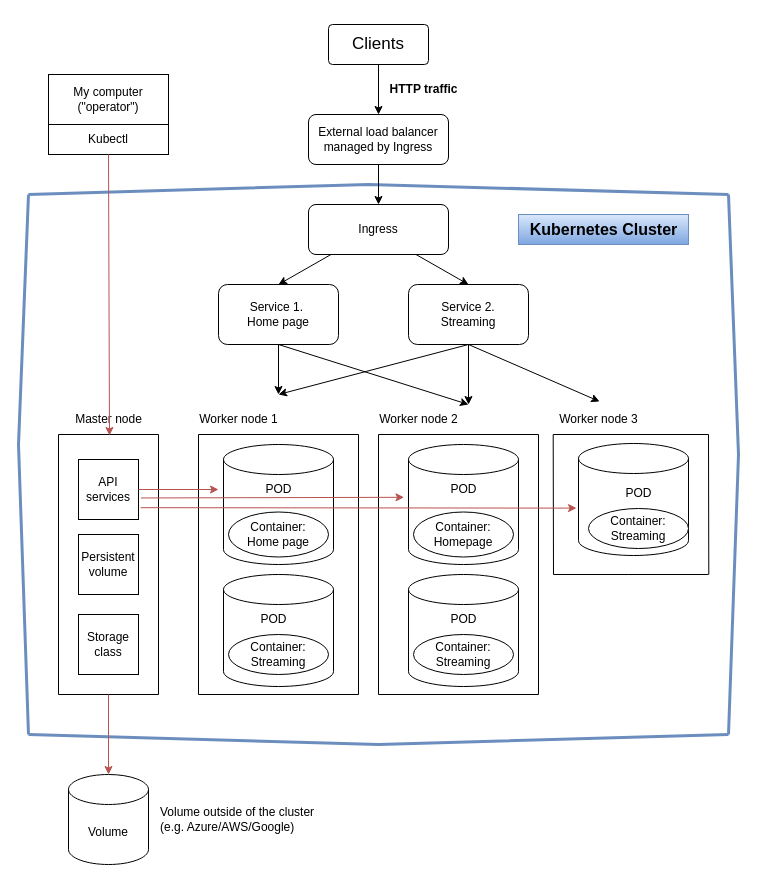
Earlier version of the draw.io diagram part3/3.11/pics/Kubernetes Cluster.drawio (flyingstick22/DevOps-with-Docker). Source tidied: cells renumbered, new cells numbered last; positions are measured from the earlier drawing's top-left corner, leaving out a move shared by most shapes. Both pictures are drawn from the tidied source at 100%, with x=0, y=0 at pixel (18, 24).
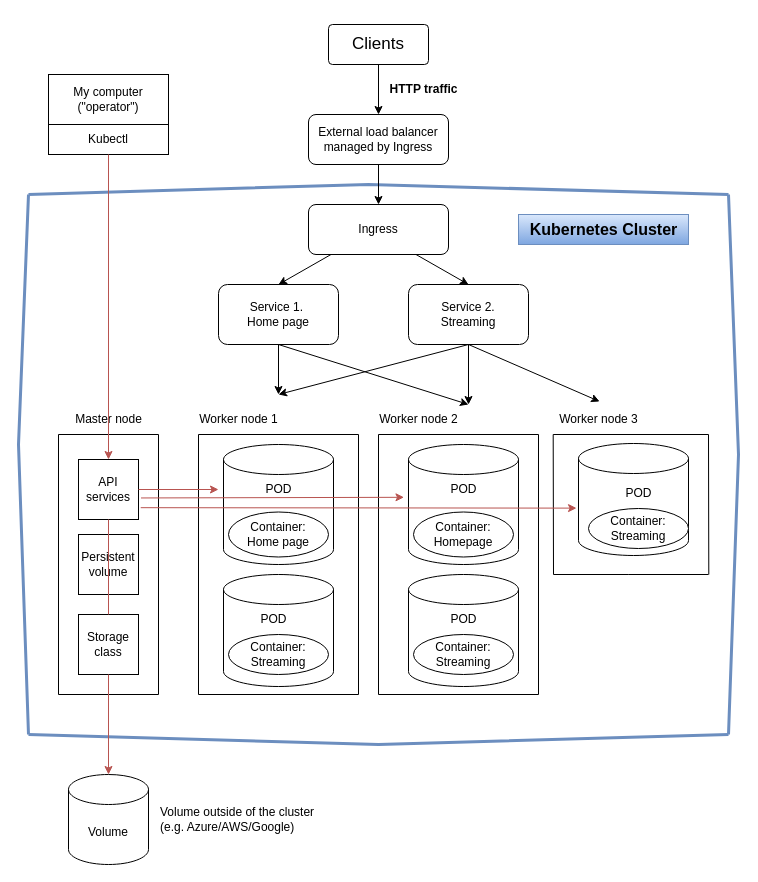
The same diagram, later.

The change refers to these unchanged cells:
```xml
<mxCell id="30" value="Kubectl" style="rounded=0;whiteSpace=wrap;html=1;" parent="1" vertex="1">
  <mxGeometry x="30" y="100" width="120" height="30" as="geometry" />
</mxCell>
<mxCell id="55" value="Volume" style="shape=cylinder3;whiteSpace=wrap;html=1;boundedLbl=1;backgroundOutline=1;size=15;" parent="1" vertex="1">
  <mxGeometry x="50" y="750" width="80" height="90" as="geometry" />
</mxCell>
<mxCell id="60" value="Master node" style="text;html=1;align=center;verticalAlign=middle;points=[];strokeColor=none;fillColor=none;" parent="1" vertex="1">
  <mxGeometry x="45" y="380" width="90" height="30" as="geometry" />
</mxCell>
<mxCell id="61" value="API services" style="rounded=0;whiteSpace=wrap;html=1;" parent="1" vertex="1">
  <mxGeometry x="60" y="435" width="60" height="60" as="geometry" />
</mxCell>
<mxCell id="68" value="Storage class" style="rounded=0;whiteSpace=wrap;html=1;" parent="1" vertex="1">
  <mxGeometry x="60" y="590" width="60" height="60" as="geometry" />
</mxCell>
```

What changed in the source:
```diff
@@
-    <mxCell id="64" style="endArrow=classic;html=1;rounded=0;exitX=0.5;exitY=1;exitDx=0;exitDy=0;fillColor=#f8cecc;gradientColor=#ea6b66;strokeColor=#b85450;entryX=0.511;entryY=1.033;entryDx=0;entryDy=0;entryPerimeter=0;" parent="1" edge="1" source="30" target="60">
+    <mxCell id="64" style="endArrow=classic;html=1;rounded=0;exitX=0.5;exitY=1;exitDx=0;exitDy=0;fillColor=#f8cecc;gradientColor=#ea6b66;strokeColor=#b85450;entryX=0.5;entryY=0;entryDx=0;entryDy=0;" parent="1" edge="1" source="30" target="61">
       <mxGeometry relative="1" as="geometry" />
     </mxCell>
@@
-    <mxCell id="69" style="endArrow=classic;html=1;rounded=0;entryX=0.5;entryY=0;entryDx=0;entryDy=0;entryPerimeter=0;fillColor=#f8cecc;strokeColor=#b85450;gradientColor=#ea6b66;" parent="1" edge="1" target="55">
-      <mxGeometry relative="1" as="geometry">
-        <mxPoint x="90" y="670" as="sourcePoint" />
-      </mxGeometry>
+    <mxCell id="69" style="endArrow=classic;html=1;rounded=0;entryX=0.5;entryY=0;entryDx=0;entryDy=0;entryPerimeter=0;fillColor=#f8cecc;strokeColor=#b85450;gradientColor=#ea6b66;exitX=0.5;exitY=1;exitDx=0;exitDy=0;" parent="1" edge="1" source="68" target="55">
+      <mxGeometry relative="1" as="geometry" />
     </mxCell>
@@
+    <mxCell id="72" style="endArrow=none;html=1;rounded=0;exitX=0.5;exitY=0;exitDx=0;exitDy=0;fillColor=#f8cecc;gradientColor=#ea6b66;strokeColor=#b85450;" parent="1" edge="1" source="68">
+      <mxGeometry relative="1" as="geometry">
+        <mxPoint x="90" y="495" as="targetPoint" />
+      </mxGeometry>
+    </mxCell>
```
